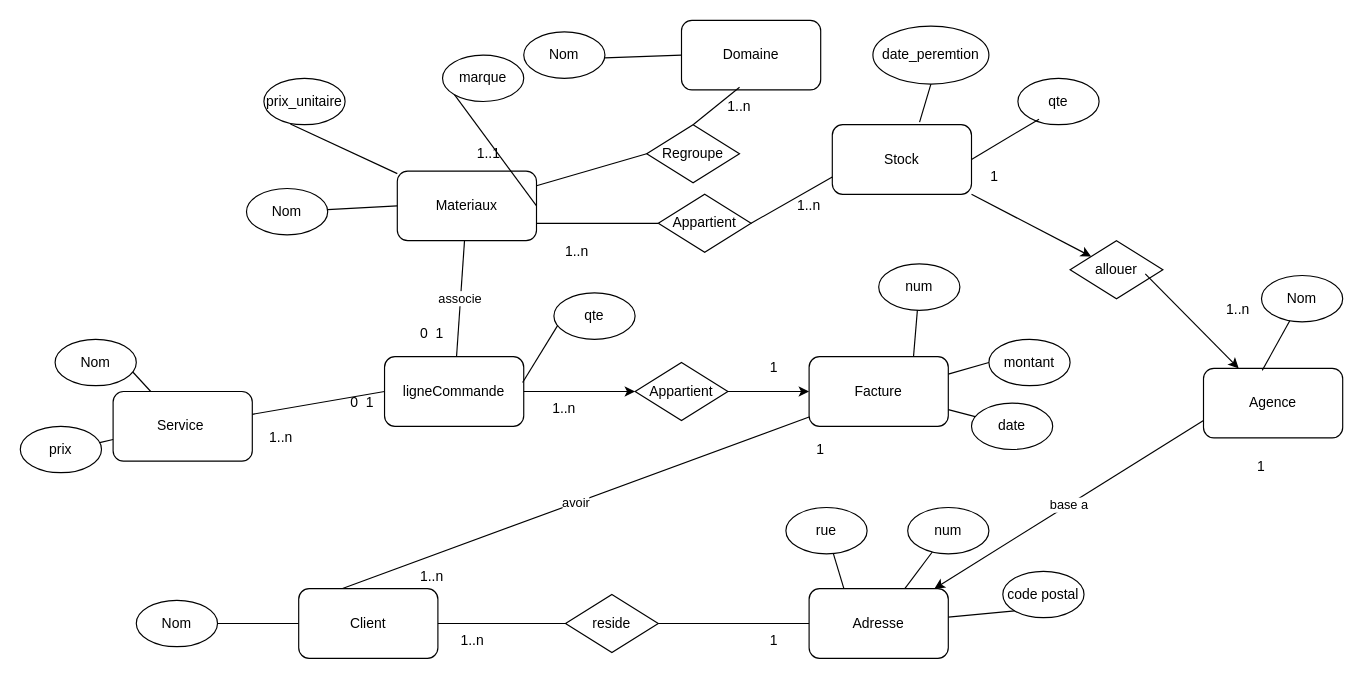
Before: page "modele_conceptuel" (1 of 2) of revisions/guicopresse.drawio in arseneRuben/INF1094, a draw.io diagram. Source tidied: cells renumbered, new cells numbered last; positions are measured from the earlier drawing's top-left corner, leaving out a move shared by most shapes. Both pictures are drawn from the tidied source at 116%, with x=0, y=0 at pixel (20, 20).
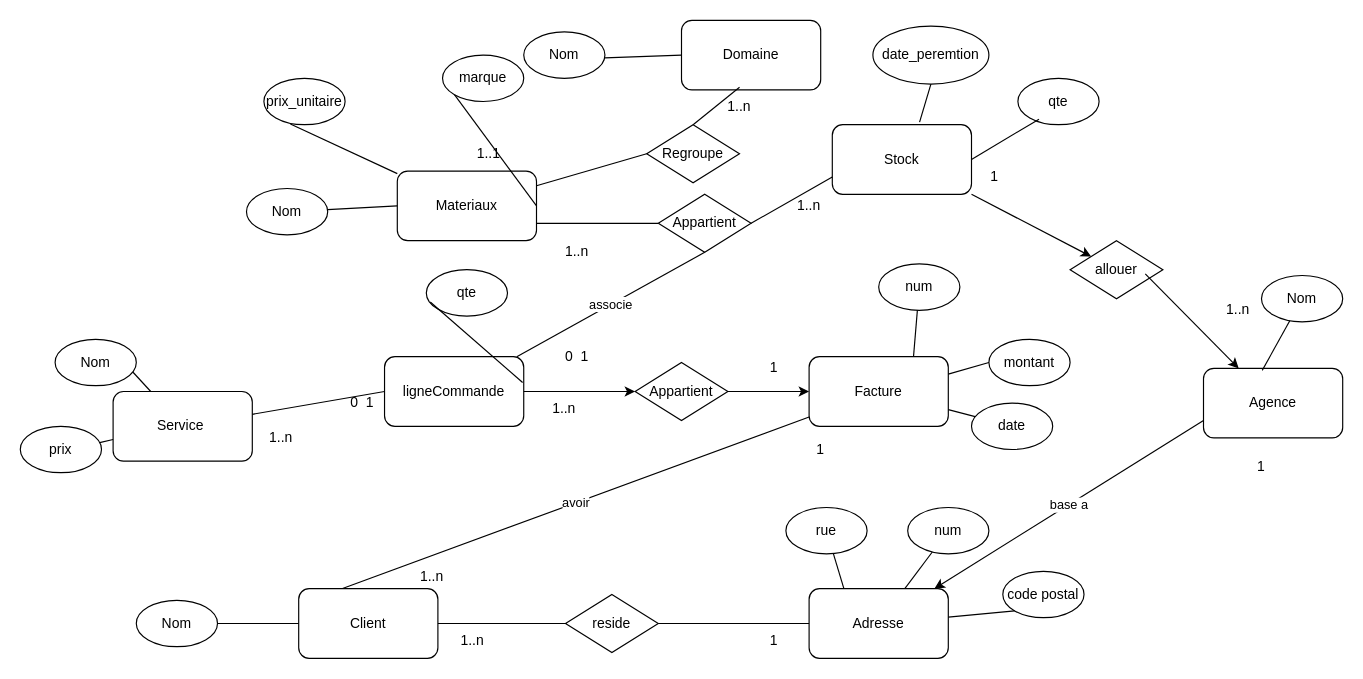
After the change.

The change refers to these unchanged cells:
```xml
<mxCell id="2" value="Materiaux" style="rounded=1;whiteSpace=wrap;html=1;" parent="1" vertex="1">
  <mxGeometry x="325" y="130" width="120" height="60" as="geometry" />
</mxCell>
<mxCell id="13" value="Appartient" style="rhombus;whiteSpace=wrap;html=1;" parent="1" vertex="1">
  <mxGeometry x="550" y="150" width="80" height="50" as="geometry" />
</mxCell>
<mxCell id="48" value="ligneCommande" style="rounded=1;whiteSpace=wrap;html=1;" parent="1" vertex="1">
  <mxGeometry x="314" y="290" width="120" height="60" as="geometry" />
</mxCell>
```

Diff of the diagram source:
```diff
@@
-    <mxCell id="49" value="associe" style="endArrow=none;html=1;rounded=0;" parent="1" edge="1" source="48" target="2">
+    <mxCell id="49" value="associe" style="endArrow=none;html=1;rounded=0;entryX=0.5;entryY=1;entryDx=0;entryDy=0;" parent="1" edge="1" source="48" target="13">
       <mxGeometry relative="1" as="geometry" />
     </mxCell>
@@
     <mxCell id="52" value="0&amp;nbsp; 1" style="text;html=1;align=center;verticalAlign=middle;whiteSpace=wrap;rounded=0;" parent="1" vertex="1">
-      <mxGeometry x="325" y="255" width="60" height="30" as="geometry" />
+      <mxGeometry x="450" y="275" width="60" height="30" as="geometry" />
     </mxCell>
     <mxCell id="53" value="qte" style="ellipse;whiteSpace=wrap;html=1;" parent="1" vertex="1">
-      <mxGeometry x="460" y="235" width="70" height="40" as="geometry" />
+      <mxGeometry x="350" y="215" width="70" height="40" as="geometry" />
     </mxCell>
```
